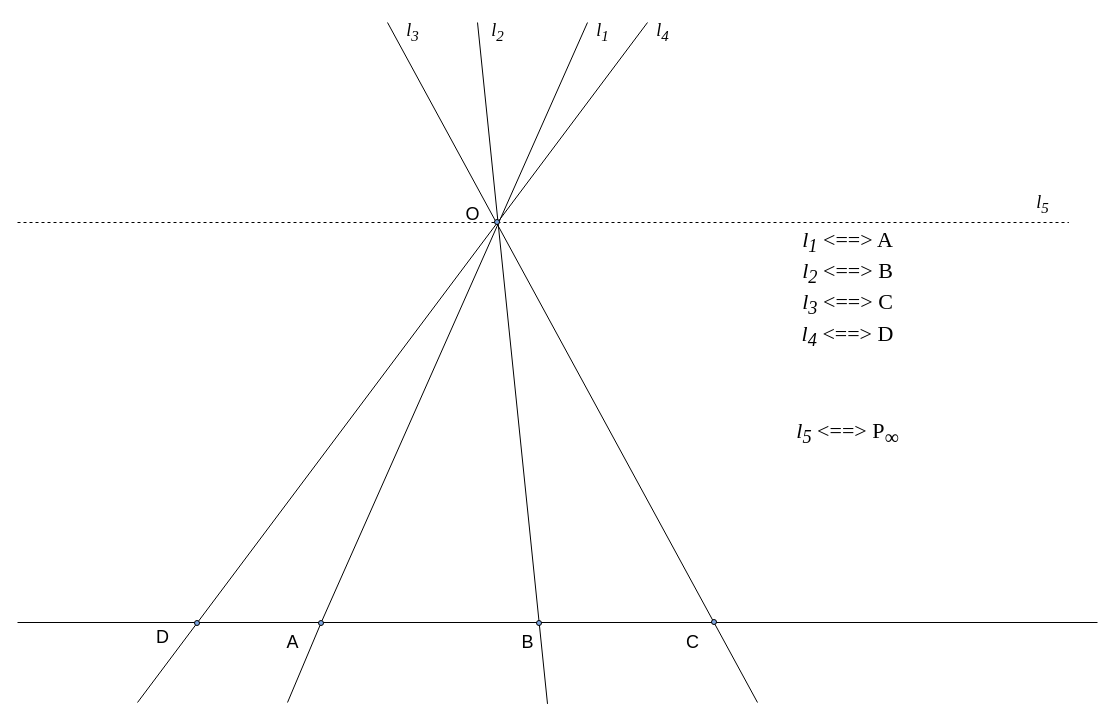
Earlier version of the draw.io diagram page "p07" (7 of 18) of slides/proj.drawio (amcp-pit/geom_course). Source tidied: cells renumbered, new cells numbered last; positions are measured from the earlier drawing's top-left corner, leaving out a move shared by most shapes. Both pictures are drawn from the tidied source at 100%, with x=0, y=0 at pixel (17, 17).
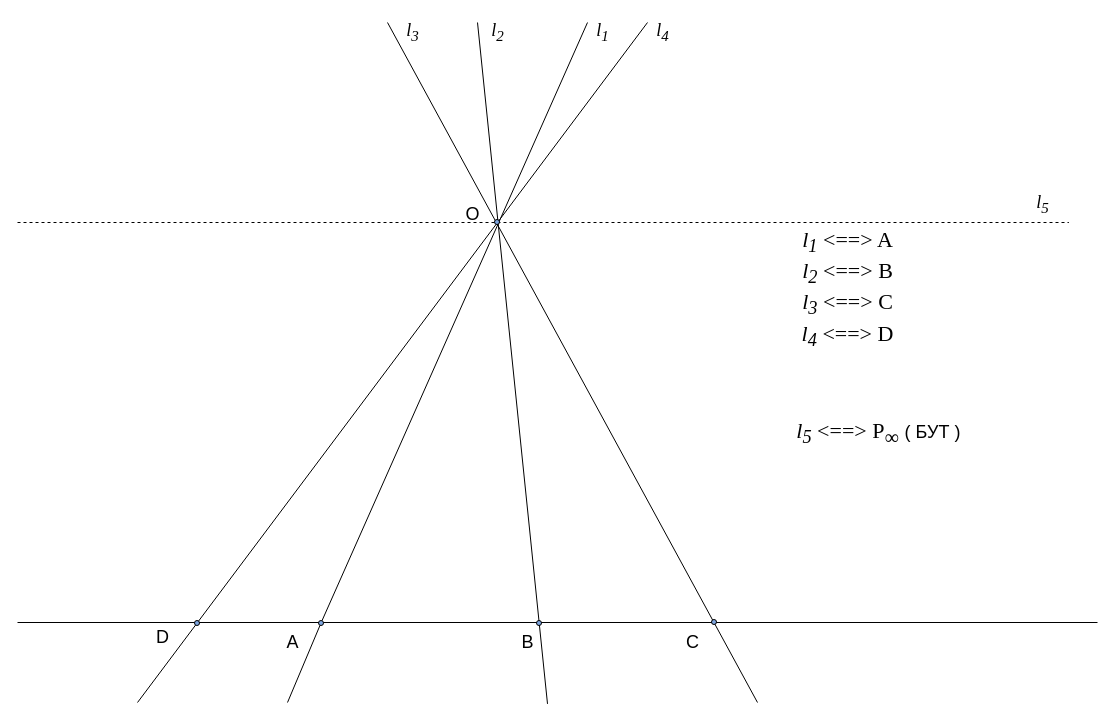
After the change.

What changed in the source:
```diff
@@
+    <mxCell id="26" value="&lt;font style=&quot;font-size: 18px&quot;&gt;( БУТ )&lt;/font&gt;" style="text;html=1;align=center;verticalAlign=middle;" parent="1" vertex="1">
+      <mxGeometry x="880" y="405" width="70" height="20" as="geometry" />
+    </mxCell>
```
